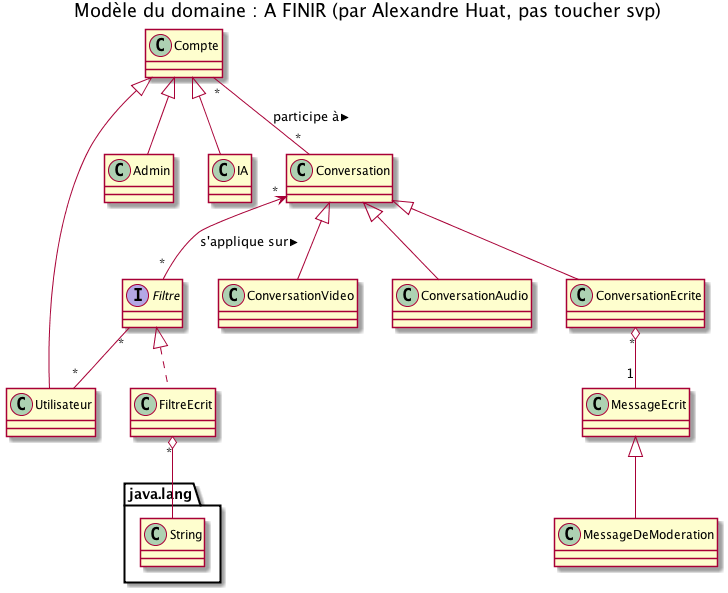
Before: DS/images/modele-domaine.png, a diagram exported from PlantUML (gdarchen/WhatsASI). The source it was exported from:
```plantuml
@startuml
title Modèle du domaine : A FINIR (par Alexandre Huat, pas toucher svp)

class Compte
class Utilisateur
class Admin
class IA
class Conversation
interface Filtre
class FiltreEcrit
class MessageEcrit
class MessageDeModeration
class ConversationEcrite
class ConversationVideo
class ConversationAudio

Compte "*" -- "*" Conversation : participe à >

Compte <|-- Admin
Compte <|-- Utilisateur
Compte <|-- IA

Conversation <|-- ConversationVideo
Conversation <|-- ConversationAudio
Conversation <|-- ConversationEcrite

Filtre <|.. FiltreEcrit
FiltreEcrit "*" o-- java.lang.String
Filtre "*" -- "*" Utilisateur

Conversation "*" <-- "*" Filtre : < s'applique sur

MessageEcrit <|-- MessageDeModeration
MessageEcrit "1" -down-o "*" ConversationEcrite
@enduml
```
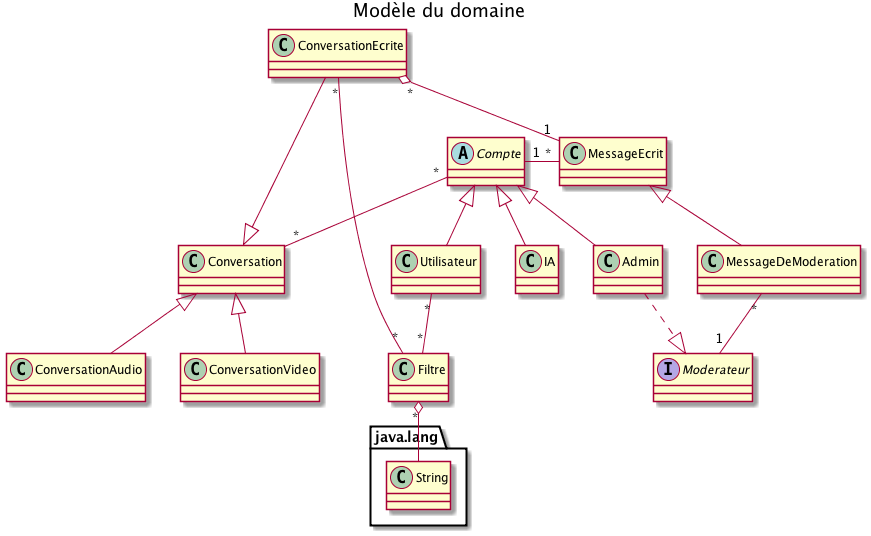
After the change.

Commit message:
modèle du domaine OK

Change to the diagram source:
```diff
@@ -1,35 +1,38 @@
 @startuml
-title Modèle du domaine : A FINIR (par Alexandre Huat, pas toucher svp)
+title Modèle du domaine
 
-class Compte
+abstract class Compte
 class Utilisateur
 class Admin
+interface Moderateur
 class IA
 class Conversation
-interface Filtre
-class FiltreEcrit
+class Filtre
 class MessageEcrit
 class MessageDeModeration
 class ConversationEcrite
 class ConversationVideo
 class ConversationAudio
 
-Compte "*" -- "*" Conversation : participe à >
+Compte "*" -- "*" Conversation
 
 Compte <|-- Admin
 Compte <|-- Utilisateur
+Admin ..|> Moderateur
 Compte <|-- IA
 
 Conversation <|-- ConversationVideo
 Conversation <|-- ConversationAudio
 Conversation <|-- ConversationEcrite
 
-Filtre <|.. FiltreEcrit
-FiltreEcrit "*" o-- java.lang.String
-Filtre "*" -- "*" Utilisateur
+Filtre "*" o-- java.lang.String
+Utilisateur "*" -- "*" Filtre
 
-Conversation "*" <-- "*" Filtre : < s'applique sur
+ConversationEcrite "*" -- "*" Filtre
 
 MessageEcrit <|-- MessageDeModeration
 MessageEcrit "1" -down-o "*" ConversationEcrite
+
+Compte "1" -right- "*" MessageEcrit
+MessageDeModeration "*" -- "1" Moderateur
 @enduml
```
